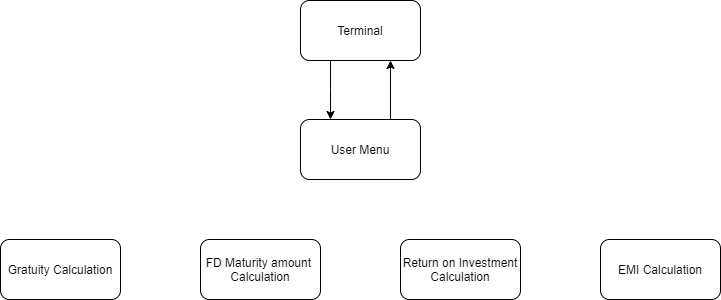
Before: 2_Design/.png, a diagram exported from draw.io (swapnilkhandekar999/financialcalculator). Source tidied: cells renumbered, new cells last; positions are measured from the earlier drawing's top-left corner, leaving out a move shared by most shapes.
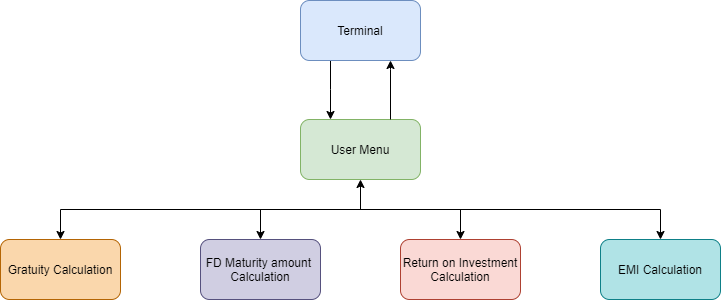
The same diagram one commit later.

What changed in the source:
```diff
@@ -10,10 +10,10 @@
         </Array>
       </mxGeometry>
     </mxCell>
-    <mxCell id="3" value="Terminal" style="rounded=1;whiteSpace=wrap;html=1;" parent="1" vertex="1">
+    <mxCell id="3" value="Terminal" style="rounded=1;whiteSpace=wrap;html=1;fillColor=#dae8fc;strokeColor=#6c8ebf;" parent="1" vertex="1">
       <mxGeometry x="300" width="120" height="60" as="geometry" />
     </mxCell>
-    <mxCell id="4" value="User Menu" style="rounded=1;whiteSpace=wrap;html=1;" parent="1" vertex="1">
+    <mxCell id="4" value="User Menu" style="rounded=1;whiteSpace=wrap;html=1;fillColor=#d5e8d4;strokeColor=#82b366;" parent="1" vertex="1">
       <mxGeometry x="300" y="119" width="120" height="60" as="geometry" />
     </mxCell>
     <mxCell id="5" style="edgeStyle=orthogonalEdgeStyle;rounded=0;orthogonalLoop=1;jettySize=auto;html=1;" parent="1" edge="1">
@@ -26,17 +26,48 @@
         </Array>
       </mxGeometry>
     </mxCell>
-    <mxCell id="6" value="Gratuity Calculation" style="rounded=1;whiteSpace=wrap;html=1;" parent="1" vertex="1">
+    <mxCell id="6" value="Gratuity Calculation" style="rounded=1;whiteSpace=wrap;html=1;fillColor=#fad7ac;strokeColor=#b46504;" parent="1" vertex="1">
       <mxGeometry y="239" width="120" height="60" as="geometry" />
     </mxCell>
-    <mxCell id="7" value="FD Maturity amount&amp;nbsp;&lt;br&gt;Calculation" style="rounded=1;whiteSpace=wrap;html=1;" parent="1" vertex="1">
+    <mxCell id="7" value="FD Maturity amount&amp;nbsp;&lt;br&gt;Calculation" style="rounded=1;whiteSpace=wrap;html=1;fillColor=#d0cee2;strokeColor=#56517e;" parent="1" vertex="1">
       <mxGeometry x="200" y="239" width="120" height="60" as="geometry" />
     </mxCell>
-    <mxCell id="8" value="Return on Investment Calculation" style="rounded=1;whiteSpace=wrap;html=1;" parent="1" vertex="1">
+    <mxCell id="8" value="Return on Investment Calculation" style="rounded=1;whiteSpace=wrap;html=1;fillColor=#fad9d5;strokeColor=#ae4132;" parent="1" vertex="1">
       <mxGeometry x="400" y="239" width="120" height="60" as="geometry" />
     </mxCell>
-    <mxCell id="9" value="EMI Calculation" style="rounded=1;whiteSpace=wrap;html=1;" parent="1" vertex="1">
+    <mxCell id="9" value="EMI Calculation" style="rounded=1;whiteSpace=wrap;html=1;fillColor=#b0e3e6;strokeColor=#0e8088;" parent="1" vertex="1">
       <mxGeometry x="600" y="239" width="120" height="60" as="geometry" />
     </mxCell>
+    <mxCell id="10" style="endArrow=none;html=1;" parent="1" edge="1">
+      <mxGeometry relative="1" as="geometry">
+        <mxPoint x="60" y="209" as="sourcePoint" />
+        <mxPoint x="660" y="209" as="targetPoint" />
+      </mxGeometry>
+    </mxCell>
+    <mxCell id="11" style="endArrow=classic;html=1;entryX=0.5;entryY=0;entryDx=0;entryDy=0;" parent="1" edge="1" target="6">
+      <mxGeometry relative="1" as="geometry">
+        <mxPoint x="60" y="209" as="sourcePoint" />
+      </mxGeometry>
+    </mxCell>
+    <mxCell id="12" style="endArrow=classic;html=1;entryX=0.5;entryY=0;entryDx=0;entryDy=0;" parent="1" edge="1" target="7">
+      <mxGeometry relative="1" as="geometry">
+        <mxPoint x="260" y="209" as="sourcePoint" />
+      </mxGeometry>
+    </mxCell>
+    <mxCell id="13" style="endArrow=classic;html=1;entryX=0.5;entryY=0;entryDx=0;entryDy=0;" parent="1" edge="1" target="8">
+      <mxGeometry relative="1" as="geometry">
+        <mxPoint x="460" y="209" as="sourcePoint" />
+      </mxGeometry>
+    </mxCell>
+    <mxCell id="14" style="endArrow=classic;html=1;entryX=0.5;entryY=0;entryDx=0;entryDy=0;" parent="1" edge="1" target="9">
+      <mxGeometry relative="1" as="geometry">
+        <mxPoint x="660" y="209" as="sourcePoint" />
+      </mxGeometry>
+    </mxCell>
+    <mxCell id="15" style="endArrow=classic;html=1;entryX=0.5;entryY=1;entryDx=0;entryDy=0;" parent="1" edge="1" target="4">
+      <mxGeometry relative="1" as="geometry">
+        <mxPoint x="360" y="209" as="sourcePoint" />
+      </mxGeometry>
+    </mxCell>
   </root>
 </mxGraphModel>
```
